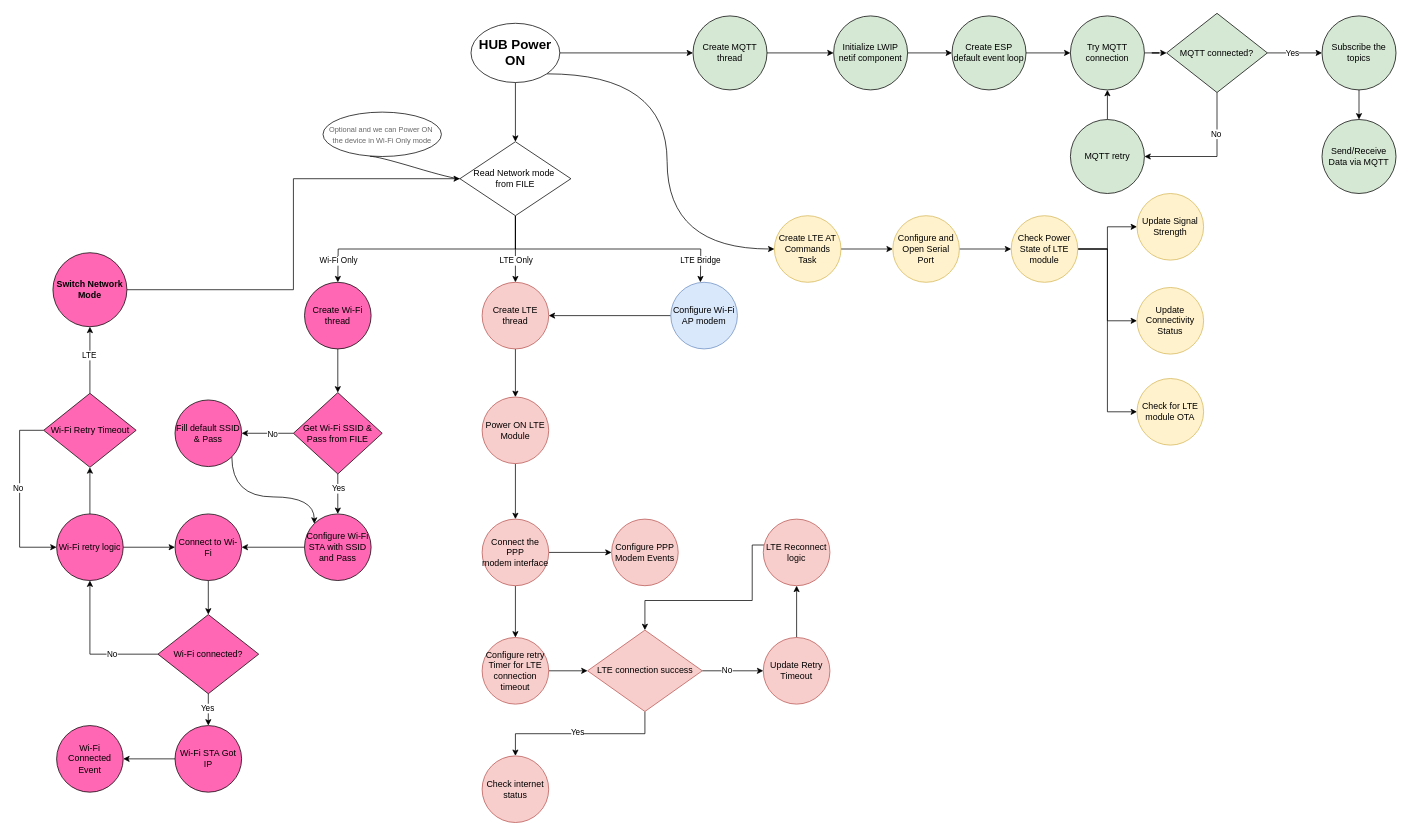
The draw.io diagram GEN2 connectivity states workflow.drawio in sohaibqamar/drawings, before the edit. Source tidied: cells renumbered, new cells numbered last; positions are measured from the earlier drawing's top-left corner, leaving out a move shared by most shapes. Both pictures are drawn from the tidied source at 74%, with x=0, y=0 at pixel (19, 13).
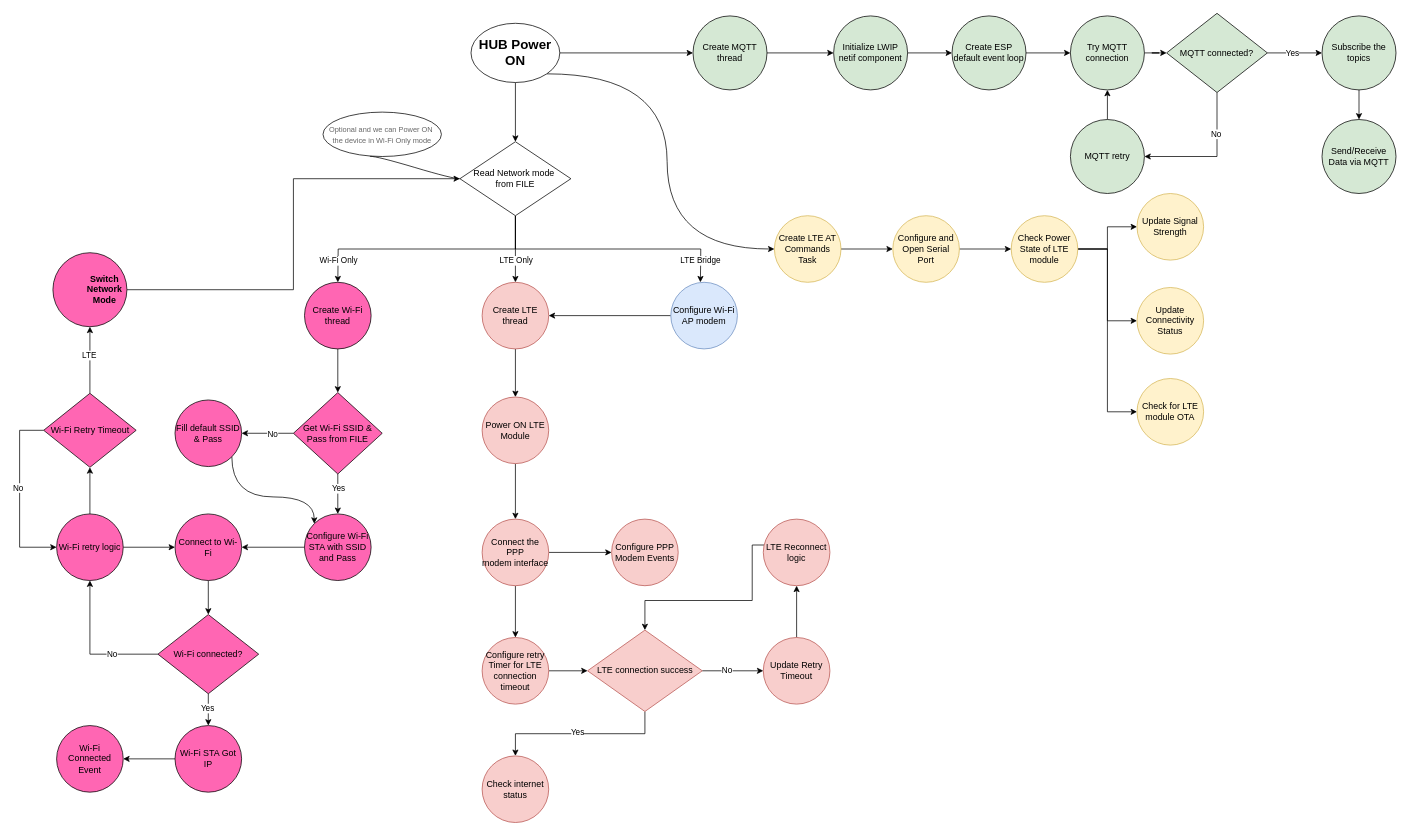
After the change.

Diff of the diagram source:
```diff
@@
-    <mxCell id="85" value="Switch Network Mode" style="ellipse;whiteSpace=wrap;html=1;fillColor=#FF66B3;fontStyle=1;" parent="1" vertex="1">
+    <mxCell id="85" value="&lt;blockquote style=&quot;margin: 0 0 0 40px; border: none; padding: 0px;&quot;&gt;Switch Network Mode&lt;/blockquote&gt;" style="ellipse;whiteSpace=wrap;html=1;fillColor=#FF66B3;fontStyle=1;" parent="1" vertex="1">
       <mxGeometry x="45" y="324" width="100" height="100" as="geometry" />
     </mxCell>
```
